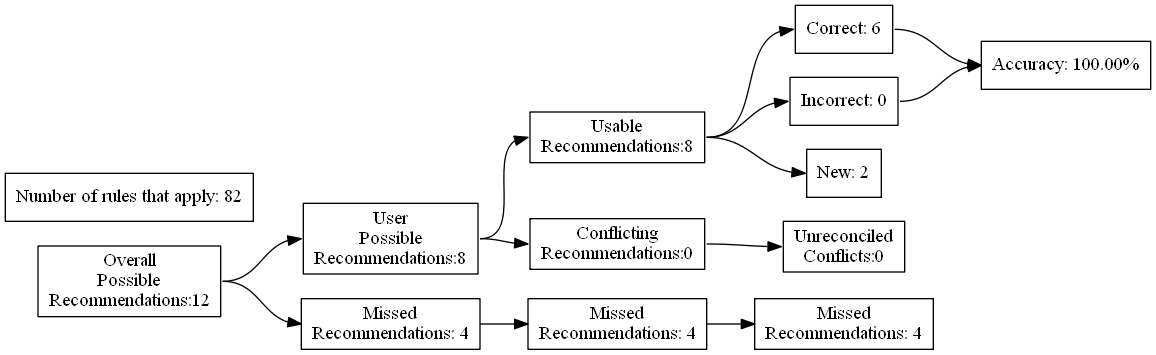
The Graphviz diagram test_renders/26.gv.png in ZaxR/ibd_diet_analysis, before a commit. Its source is kept beside it as test_renders/26.gv.
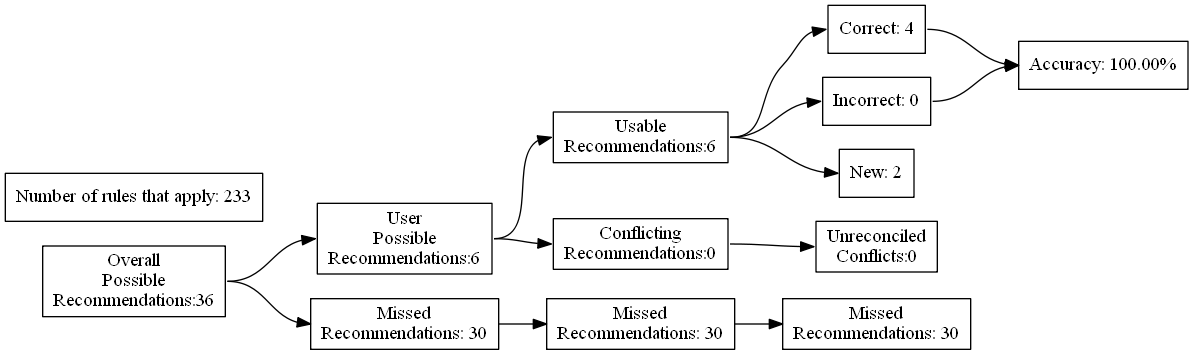
After the change.

What changed in the source:
```diff
@@ -4,27 +4,27 @@
 	edge [headport=w tailport=e]
 		A [label="Overall
 Possible
-Recommendations:12"]
+Recommendations:36"]
 		B [label="User
 Possible
-Recommendations:8"]
+Recommendations:6"]
 		C [label="Missed
-Recommendations: 4"]
+Recommendations: 30"]
 		D [label="Usable
-Recommendations:8"]
+Recommendations:6"]
 		E [label="Conflicting
 Recommendations:0"]
 		J [label="Missed
-Recommendations: 4"]
+Recommendations: 30"]
 		M [label="Unreconciled
 Conflicts:0"]
-		F [label="Correct: 6"]
+		F [label="Correct: 4"]
 		G [label="Incorrect: 0"]
 		H [label="New: 2"]
 		K [label="Missed
-Recommendations: 4"]
+Recommendations: 30"]
 		I [label="Accuracy: 100.00%"]
-		l [label="Number of rules that apply: 82"]
+		l [label="Number of rules that apply: 233"]
 			A -> B
 			A -> C
 			B -> D
```
